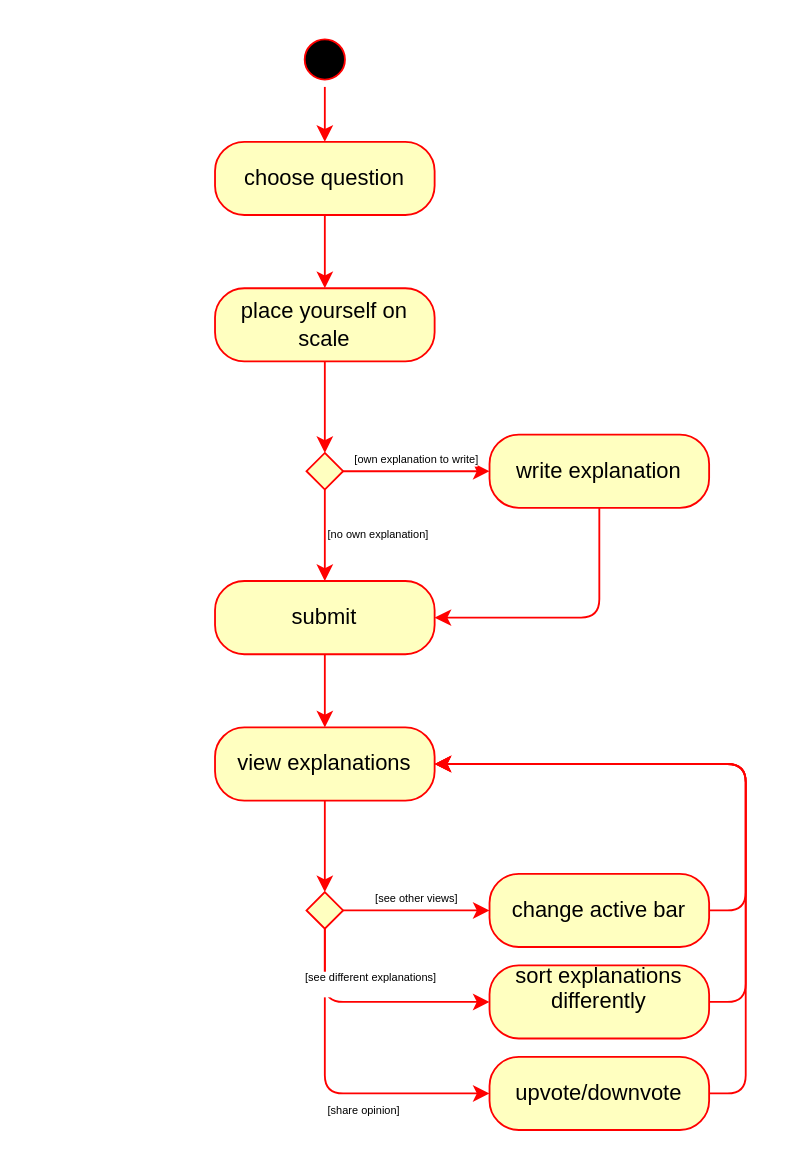
Above: page "Basic Upvote/Downvote" (3 of 6) of userflow (latest).drawio in GabrielKP/vice-versa (draw.io), before the change. Source tidied: cells renumbered, new cells numbered last; positions are measured from the earlier drawing's top-left corner, leaving out a move shared by most shapes. Both pictures are drawn from the tidied source at 183%, with x=0, y=0 at pixel (214, 31).
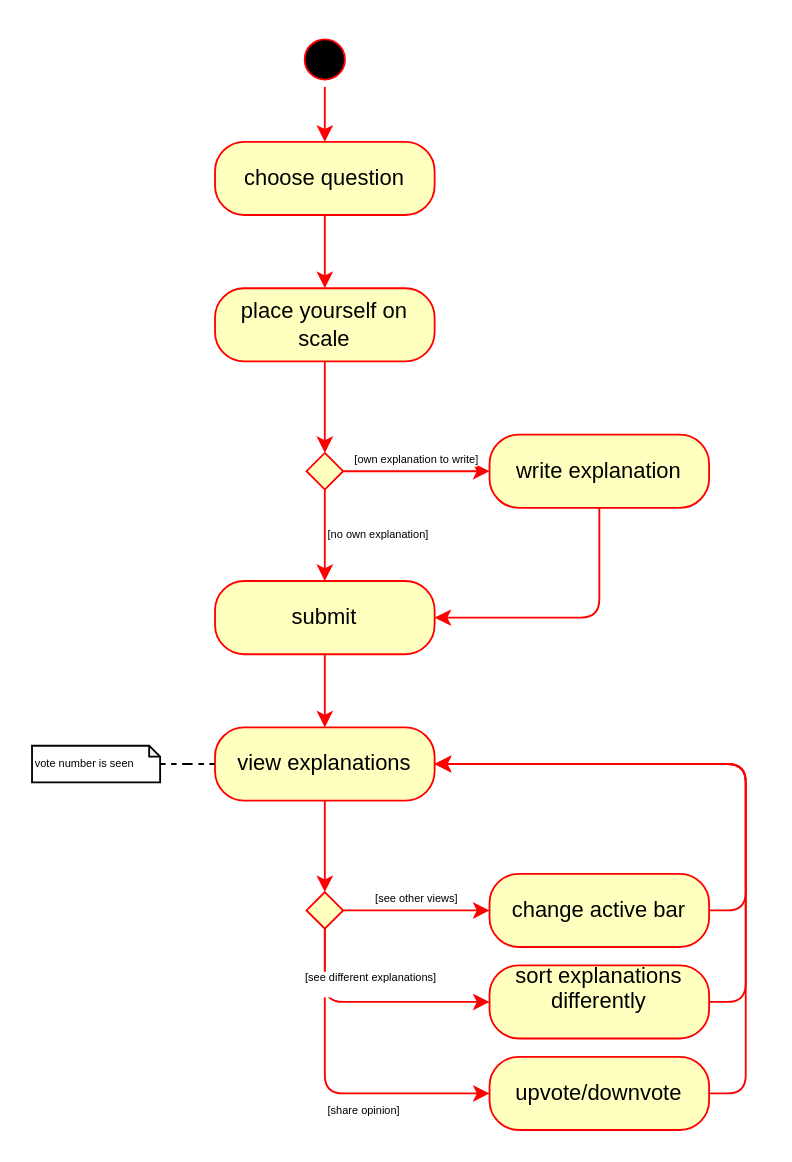
The same page after the edit.

Commit message (it also covers changes not shown here):
added Vote and See and comment cards

The change refers to these unchanged cells:
```xml
<mxCell id="15" value="view explanations" style="rounded=1;whiteSpace=wrap;html=1;arcSize=40;fontColor=#000000;fillColor=#ffffc0;strokeColor=#ff0000;" parent="1" vertex="1">
  <mxGeometry y="380" width="120" height="40" as="geometry" />
</mxCell>
```

What changed in the source:
```diff
@@
+    <mxCell id="27" style="edgeStyle=orthogonalEdgeStyle;rounded=1;jettySize=auto;html=1;dashed=1;endArrow=none;endFill=0;strokeColor=#000000;fontSize=6;align=left;" parent="1" edge="1" source="28" target="15">
+      <mxGeometry relative="1" as="geometry" />
+    </mxCell>
+    <mxCell id="28" value="vote number is seen" style="shape=note;whiteSpace=wrap;html=1;backgroundOutline=1;darkOpacity=0.05;fillColor=none;gradientColor=none;fontSize=6;align=left;size=6;" parent="1" vertex="1">
+      <mxGeometry x="-100" y="390" width="70" height="20" as="geometry" />
+    </mxCell>
```
